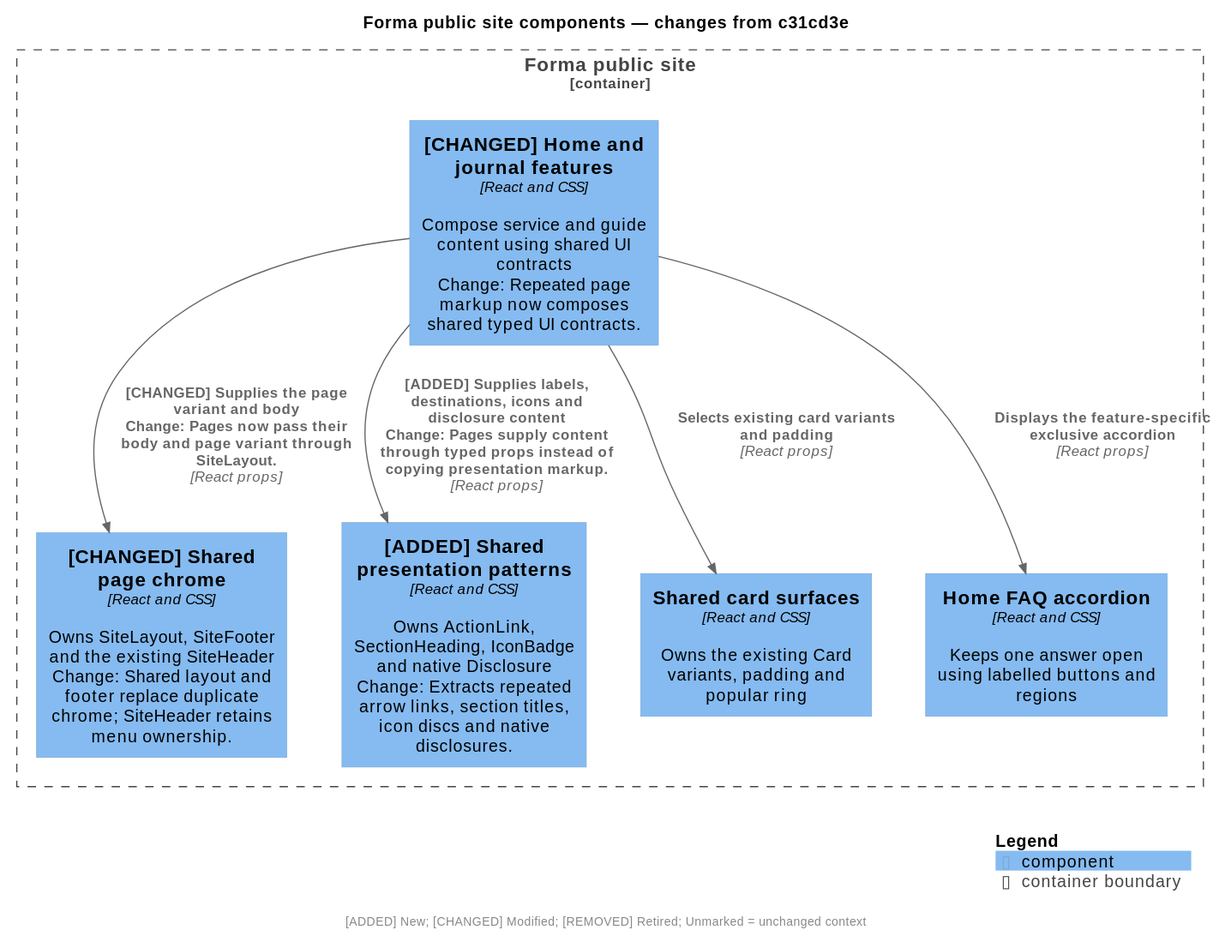
The PlantUML diagram docs/handoffs/forma-shared-ui/assets/c3-ui.svg in szabototo89/woodbrook-residents, before a commit. Its source is kept beside it as docs/handoffs/forma-shared-ui/assets/c3-ui.puml. Its diagram source:
```plantuml
@startuml
!pragma layout smetana
!include <C4/C4_Component>
LAYOUT_TOP_DOWN()
skinparam defaultFontName SansSerif
skinparam nodesep 45
skinparam ranksep 45
title Forma public site components — changes from c31cd3e

Container_Boundary(forma_web, "Forma public site") {
  Component(forma_ui_pages, "[CHANGED] Home and journal features", "React and CSS", "Compose service and guide content using shared UI contracts\nChange: Repeated page markup now composes shared typed UI contracts.")
  Component(forma_ui_chrome, "[CHANGED] Shared page chrome", "React and CSS", "Owns SiteLayout, SiteFooter and the existing SiteHeader\nChange: Shared layout and footer replace duplicate chrome; SiteHeader retains menu ownership.")
  Component(forma_ui_patterns, "[ADDED] Shared presentation patterns", "React and CSS", "Owns ActionLink, SectionHeading, IconBadge and native Disclosure\nChange: Extracts repeated arrow links, section titles, icon discs and native disclosures.")
  Component(forma_ui_cards, "Shared card surfaces", "React and CSS", "Owns the existing Card variants, padding and popular ring")
  Component(forma_ui_faq, "Home FAQ accordion", "React and CSS", "Keeps one answer open using labelled buttons and regions")
}

Rel(forma_ui_pages, forma_ui_chrome, "[CHANGED] Supplies the page variant and body\nChange: Pages now pass their body and page variant through SiteLayout.", "React props")
Rel(forma_ui_pages, forma_ui_patterns, "[ADDED] Supplies labels, destinations, icons and disclosure content\nChange: Pages supply content through typed props instead of copying presentation markup.", "React props")
Rel(forma_ui_pages, forma_ui_cards, "Selects existing card variants and padding", "React props")
Rel(forma_ui_pages, forma_ui_faq, "Displays the feature-specific exclusive accordion", "React props")
SHOW_LEGEND()
footer [ADDED] New; [CHANGED] Modified; [REMOVED] Retired; Unmarked = unchanged context
@enduml
```
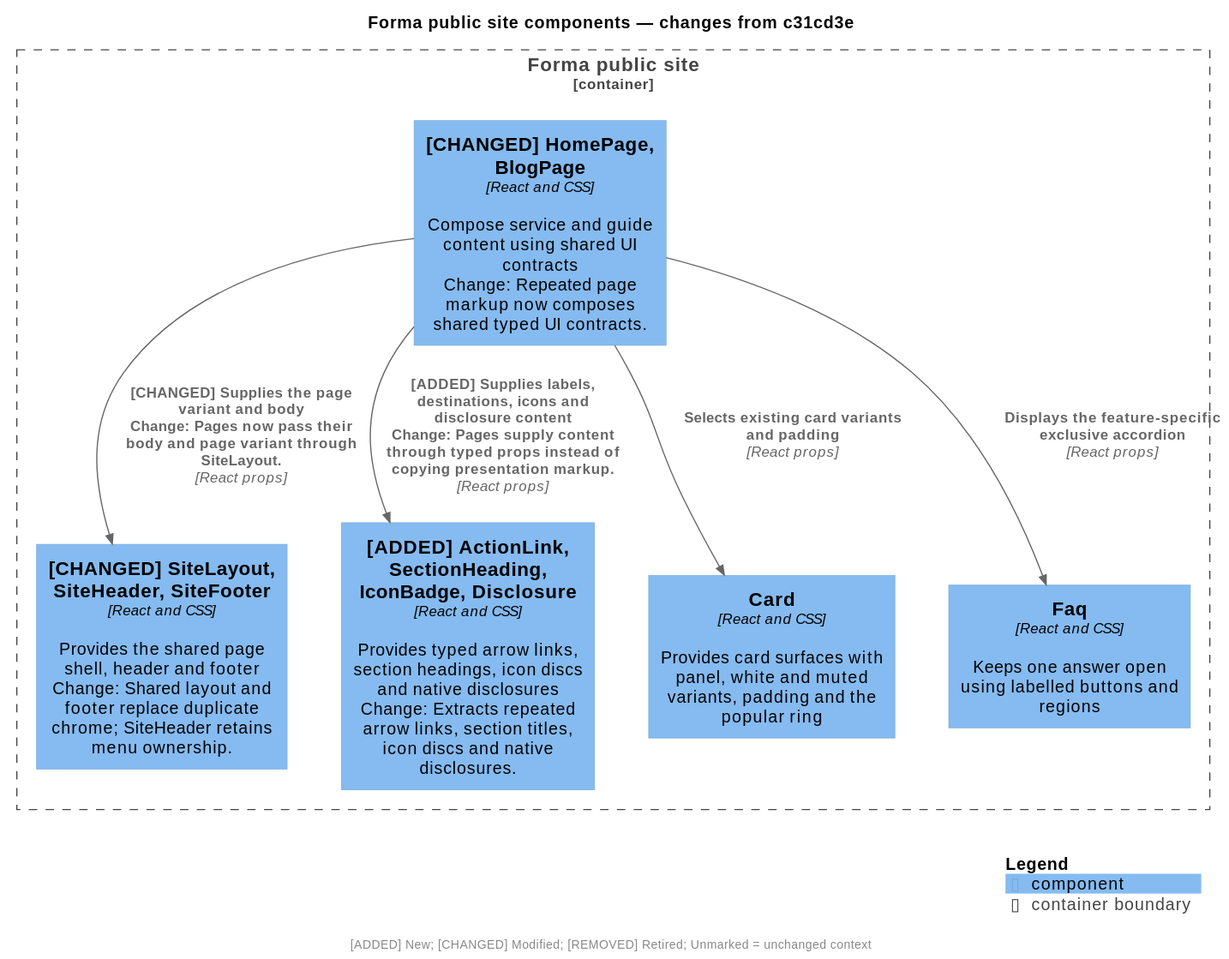
Above is the later version.

Diff of the diagram source:
```diff
@@ -8,11 +8,11 @@
 title Forma public site components — changes from c31cd3e
 
 Container_Boundary(forma_web, "Forma public site") {
-  Component(forma_ui_pages, "[CHANGED] Home and journal features", "React and CSS", "Compose service and guide content using shared UI contracts\nChange: Repeated page markup now composes shared typed UI contracts.")
-  Component(forma_ui_chrome, "[CHANGED] Shared page chrome", "React and CSS", "Owns SiteLayout, SiteFooter and the existing SiteHeader\nChange: Shared layout and footer replace duplicate chrome; SiteHeader retains menu ownership.")
-  Component(forma_ui_patterns, "[ADDED] Shared presentation patterns", "React and CSS", "Owns ActionLink, SectionHeading, IconBadge and native Disclosure\nChange: Extracts repeated arrow links, section titles, icon discs and native disclosures.")
-  Component(forma_ui_cards, "Shared card surfaces", "React and CSS", "Owns the existing Card variants, padding and popular ring")
-  Component(forma_ui_faq, "Home FAQ accordion", "React and CSS", "Keeps one answer open using labelled buttons and regions")
+  Component(forma_ui_pages, "[CHANGED] HomePage, BlogPage", "React and CSS", "Compose service and guide content using shared UI contracts\nChange: Repeated page markup now composes shared typed UI contracts.")
+  Component(forma_ui_chrome, "[CHANGED] SiteLayout, SiteHeader, SiteFooter", "React and CSS", "Provides the shared page shell, header and footer\nChange: Shared layout and footer replace duplicate chrome; SiteHeader retains menu ownership.")
+  Component(forma_ui_patterns, "[ADDED] ActionLink, SectionHeading, IconBadge, Disclosure", "React and CSS", "Provides typed arrow links, section headings, icon discs and native disclosures\nChange: Extracts repeated arrow links, section titles, icon discs and native disclosures.")
+  Component(forma_ui_cards, "Card", "React and CSS", "Provides card surfaces with panel, white and muted variants, padding and the popular ring")
+  Component(forma_ui_faq, "Faq", "React and CSS", "Keeps one answer open using labelled buttons and regions")
 }
 
 Rel(forma_ui_pages, forma_ui_chrome, "[CHANGED] Supplies the page variant and body\nChange: Pages now pass their body and page variant through SiteLayout.", "React props")
```
